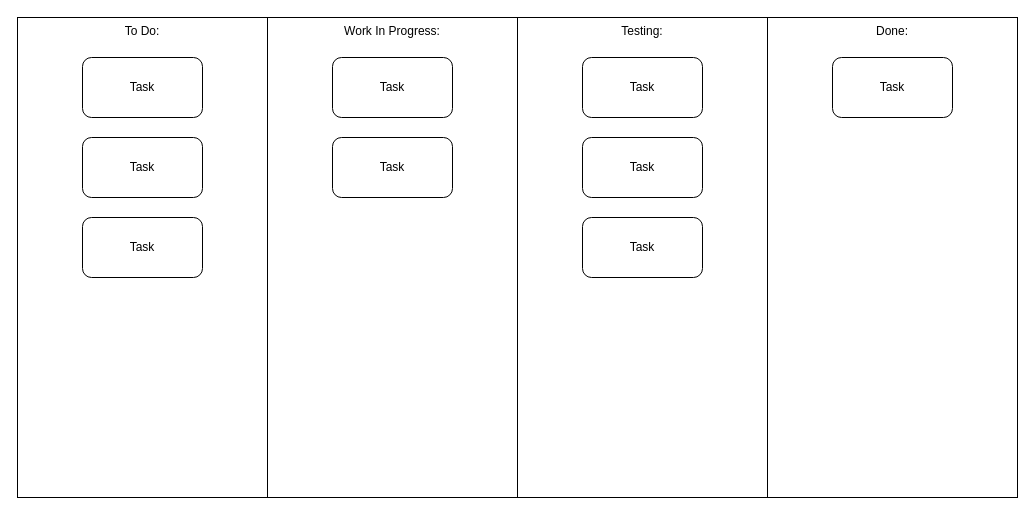
This is DOCS/Diagrams/Kanban Board.drawio from alexxGmZ/MenuMaApp, a draw.io file, before an edit. Source tidied: cells renumbered, new cells numbered last; positions are measured from the earlier drawing's top-left corner, leaving out a move shared by most shapes. Both pictures are drawn from the tidied source at 100%, with x=0, y=0 at pixel (17, 17).
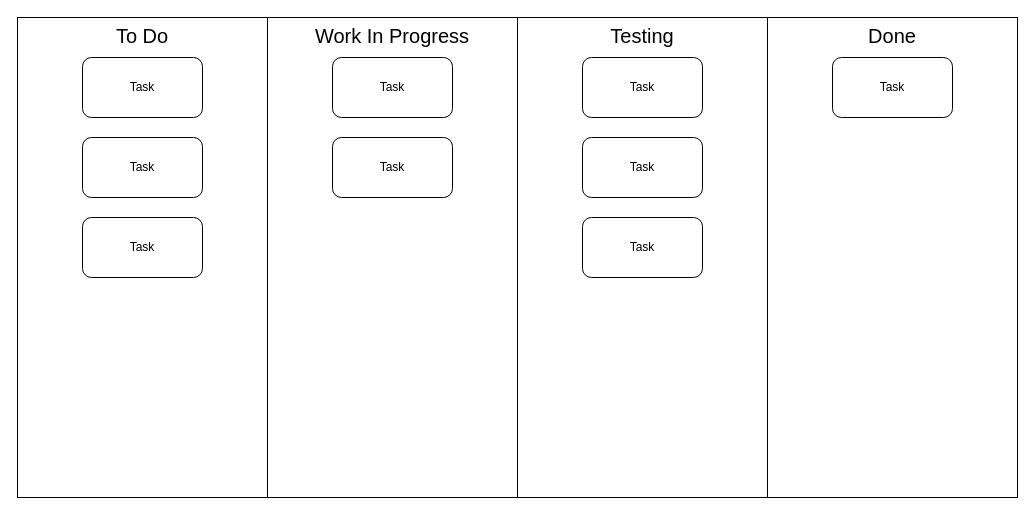
Above is the later version.

Commit message:
diagram(kanban): increase font size

What changed in the source:
```diff
@@
 <mxGraphModel>
   <root>
     <mxCell id="0" />
     <mxCell id="1" parent="0" />
-    <mxCell id="2" value="To Do:" style="rounded=0;whiteSpace=wrap;html=1;verticalAlign=top;" parent="1" vertex="1">
+    <mxCell id="2" value="&lt;font style=&quot;font-size: 20px;&quot;&gt;To Do&lt;/font&gt;" style="rounded=0;whiteSpace=wrap;html=1;verticalAlign=top;" parent="1" vertex="1">
       <mxGeometry width="250" height="480" as="geometry" />
     </mxCell>
-    <mxCell id="3" value="Work In Progress:" style="rounded=0;whiteSpace=wrap;html=1;verticalAlign=top;" parent="1" vertex="1">
+    <mxCell id="3" value="&lt;font style=&quot;font-size: 20px;&quot;&gt;Work In Progress&lt;/font&gt;" style="rounded=0;whiteSpace=wrap;html=1;verticalAlign=top;" parent="1" vertex="1">
       <mxGeometry x="250" width="250" height="480" as="geometry" />
     </mxCell>
-    <mxCell id="4" value="Testing:" style="rounded=0;whiteSpace=wrap;html=1;verticalAlign=top;" parent="1" vertex="1">
+    <mxCell id="4" value="&lt;font style=&quot;font-size: 20px;&quot;&gt;Testing&lt;/font&gt;" style="rounded=0;whiteSpace=wrap;html=1;verticalAlign=top;" parent="1" vertex="1">
       <mxGeometry x="500" width="250" height="480" as="geometry" />
     </mxCell>
-    <mxCell id="5" value="Done:" style="rounded=0;whiteSpace=wrap;html=1;verticalAlign=top;" parent="1" vertex="1">
+    <mxCell id="5" value="&lt;font style=&quot;font-size: 20px;&quot;&gt;Done&lt;/font&gt;" style="rounded=0;whiteSpace=wrap;html=1;verticalAlign=top;" parent="1" vertex="1">
       <mxGeometry x="750" width="250" height="480" as="geometry" />
     </mxCell>
     <mxCell id="6" value="Task" style="rounded=1;whiteSpace=wrap;html=1;" parent="1" vertex="1">
       <mxGeometry x="65" y="40" width="120" height="60" as="geometry" />
     </mxCell>
     <mxCell id="7" value="Task" style="rounded=1;whiteSpace=wrap;html=1;" parent="1" vertex="1">
       <mxGeometry x="65" y="120" width="120" height="60" as="geometry" />
     </mxCell>
     <mxCell id="8" value="Task" style="rounded=1;whiteSpace=wrap;html=1;" parent="1" vertex="1">
       <mxGeometry x="65" y="200" width="120" height="60" as="geometry" />
     </mxCell>
     <mxCell id="9" value="Task" style="rounded=1;whiteSpace=wrap;html=1;" parent="1" vertex="1">
       <mxGeometry x="315" y="40" width="120" height="60" as="geometry" />
     </mxCell>
     <mxCell id="10" value="Task" style="rounded=1;whiteSpace=wrap;html=1;" parent="1" vertex="1">
       <mxGeometry x="315" y="120" width="120" height="60" as="geometry" />
     </mxCell>
     <mxCell id="11" value="Task" style="rounded=1;whiteSpace=wrap;html=1;" parent="1" vertex="1">
       <mxGeometry x="565" y="40" width="120" height="60" as="geometry" />
     </mxCell>
     <mxCell id="12" value="Task" style="rounded=1;whiteSpace=wrap;html=1;" parent="1" vertex="1">
       <mxGeometry x="565" y="120" width="120" height="60" as="geometry" />
     </mxCell>
     <mxCell id="13" value="Task" style="rounded=1;whiteSpace=wrap;html=1;" parent="1" vertex="1">
       <mxGeometry x="565" y="200" width="120" height="60" as="geometry" />
     </mxCell>
     <mxCell id="14" value="Task" style="rounded=1;whiteSpace=wrap;html=1;" parent="1" vertex="1">
       <mxGeometry x="815" y="40" width="120" height="60" as="geometry" />
     </mxCell>
   </root>
 </mxGraphModel>
```
